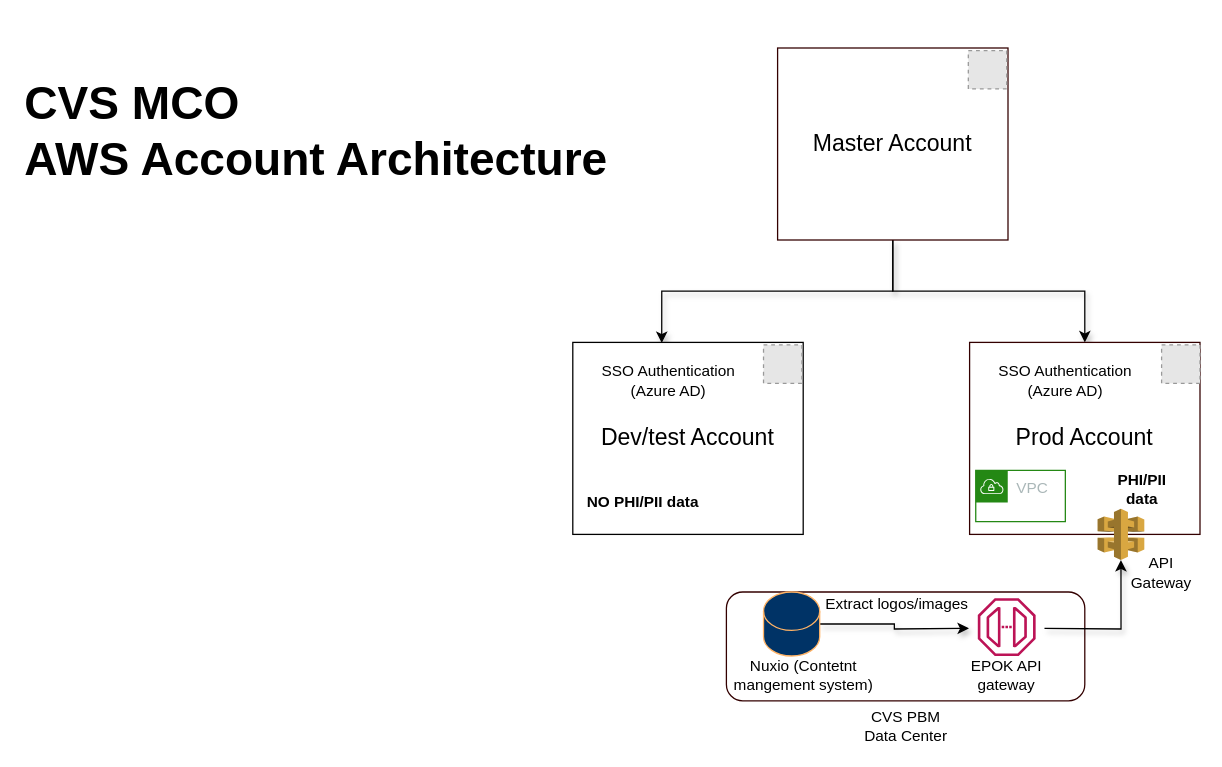
ankitgoyal15654/personal_work keeps this draw.io diagram as algoss/Untitled Diagram.drawio. Above is the earlier version. Source tidied: cells renumbered, new cells numbered last; positions are measured from the earlier drawing's top-left corner, leaving out a move shared by most shapes. Both pictures are drawn from the tidied source at 128%, with x=0, y=0 at pixel (22, 22). Pictures stored in the file or linked from it are replaced by grey dashed boxes.
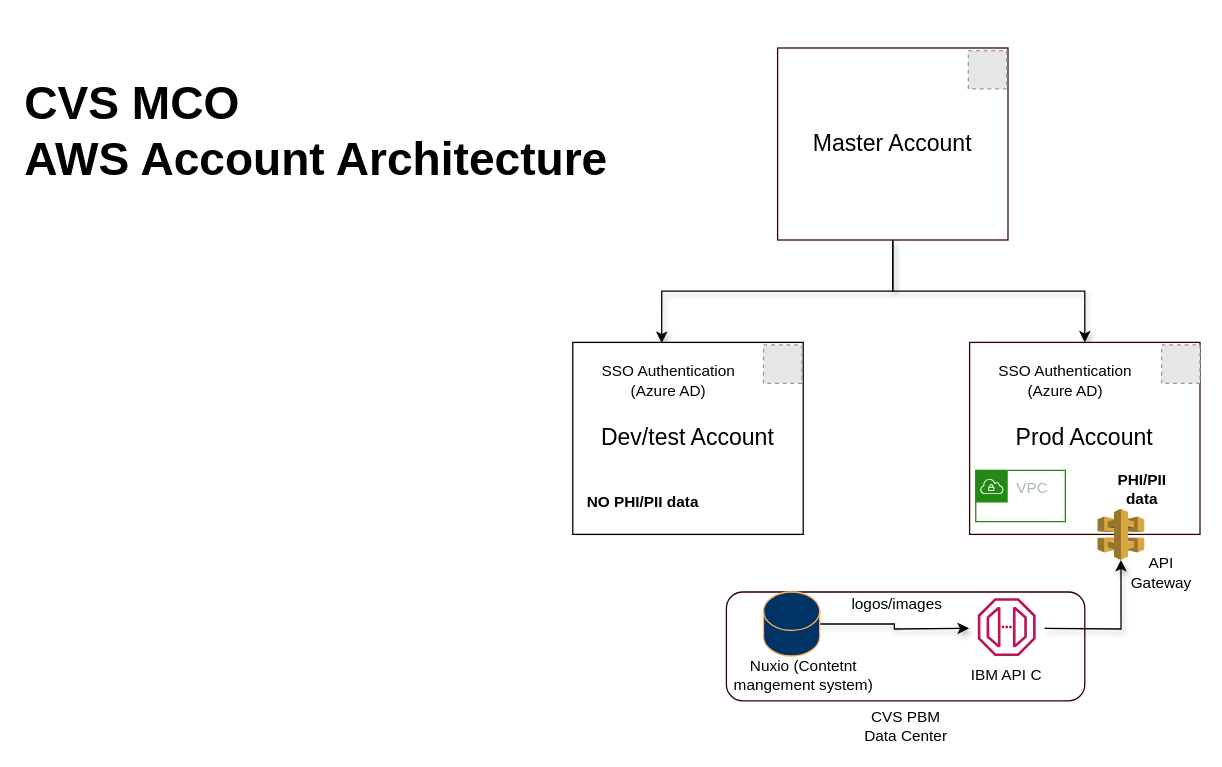
After the change.

Change to the diagram source:
```diff
@@
-    <mxCell id="24" value="EPOK API gateway" style="text;html=1;strokeColor=none;fillColor=none;align=center;verticalAlign=middle;whiteSpace=wrap;rounded=0;" parent="1" vertex="1">
+    <mxCell id="24" value="IBM API C" style="text;html=1;strokeColor=none;fillColor=none;align=center;verticalAlign=middle;whiteSpace=wrap;rounded=0;" parent="1" vertex="1">
       <mxGeometry x="719" y="500" width="100" height="20" as="geometry" />
     </mxCell>
@@
-    <mxCell id="26" value="Extract logos/images" style="text;html=1;strokeColor=none;fillColor=none;align=center;verticalAlign=middle;whiteSpace=wrap;rounded=0;" parent="1" vertex="1">
+    <mxCell id="26" value="logos/images" style="text;html=1;strokeColor=none;fillColor=none;align=center;verticalAlign=middle;whiteSpace=wrap;rounded=0;" parent="1" vertex="1">
       <mxGeometry x="622.9" y="445" width="121.1" height="20" as="geometry" />
     </mxCell>
```
